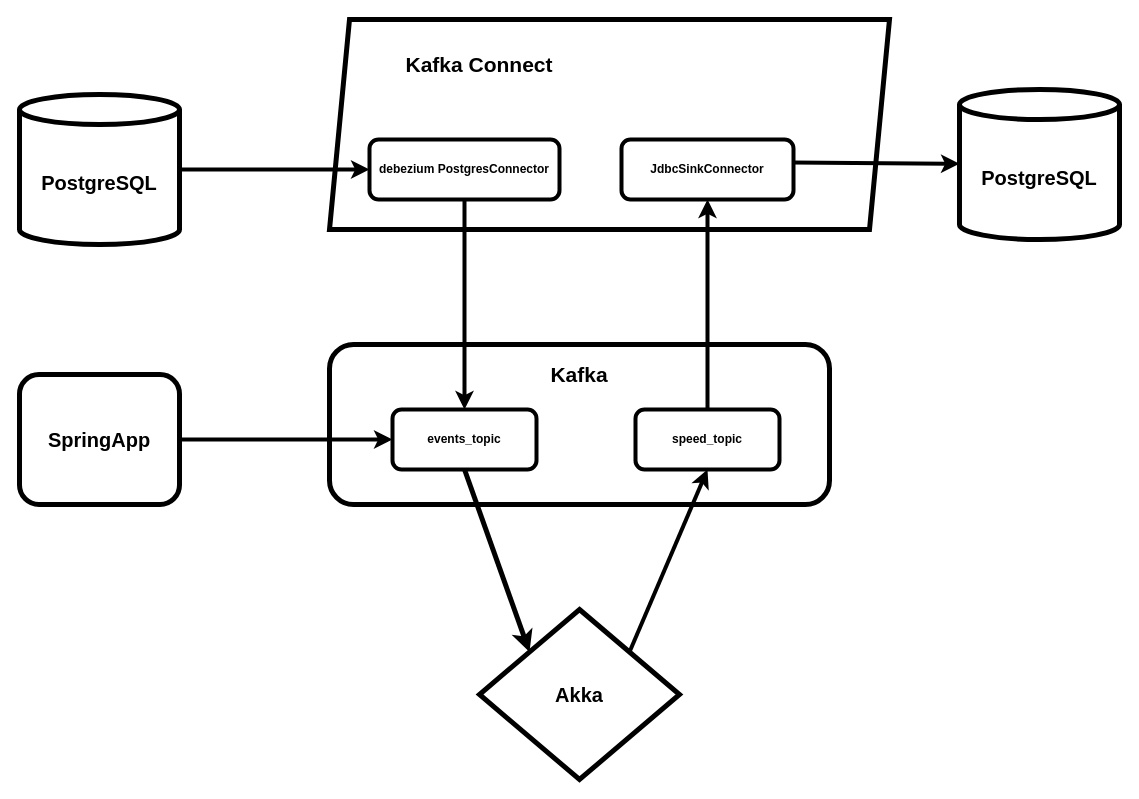
Above: diplom/Schema.drawio.xml in StasMerzlyakov/otus-kafka-hw (draw.io), before the change. Source tidied: cells renumbered, new cells numbered last; positions are measured from the earlier drawing's top-left corner, leaving out a move shared by most shapes. Both pictures are drawn from the tidied source at 100%, with x=0, y=0 at pixel (19, 19).
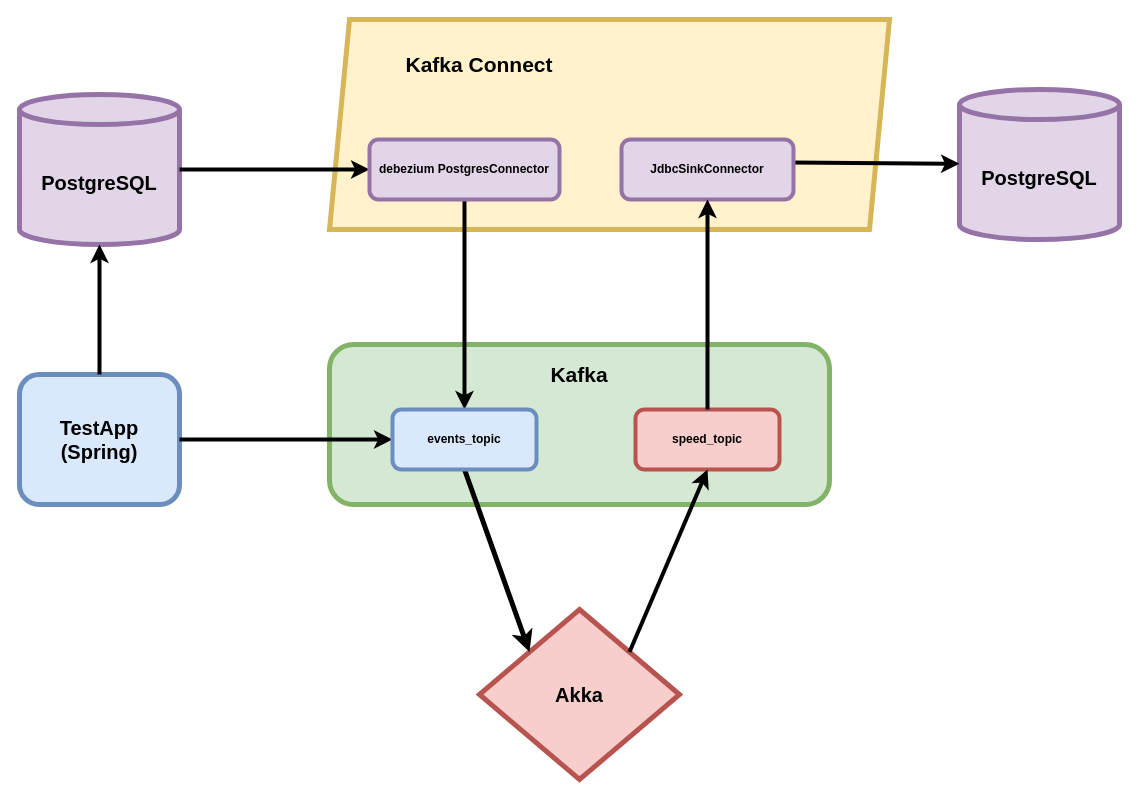
The same diagram, later.

The edit, as a diff of the source:
```diff
@@
-    <mxCell id="2" value="&lt;b&gt;&lt;font style=&quot;font-size: 20px;&quot;&gt;PostgreSQL&lt;/font&gt;&lt;/b&gt;" style="shape=cylinder3;whiteSpace=wrap;html=1;boundedLbl=1;backgroundOutline=1;size=15;strokeWidth=5;" parent="1" vertex="1">
+    <mxCell id="2" value="&lt;b&gt;&lt;font style=&quot;font-size: 20px;&quot;&gt;PostgreSQL&lt;/font&gt;&lt;/b&gt;" style="shape=cylinder3;whiteSpace=wrap;html=1;boundedLbl=1;backgroundOutline=1;size=15;strokeWidth=5;fillColor=#e1d5e7;strokeColor=#9673a6;" parent="1" vertex="1">
       <mxGeometry y="75" width="160" height="150" as="geometry" />
     </mxCell>
-    <mxCell id="3" style="shape=parallelogram;perimeter=parallelogramPerimeter;whiteSpace=wrap;html=1;fixedSize=1;strokeWidth=5;" parent="1" vertex="1">
+    <mxCell id="3" style="shape=parallelogram;perimeter=parallelogramPerimeter;whiteSpace=wrap;html=1;fixedSize=1;strokeWidth=5;fillColor=#fff2cc;strokeColor=#d6b656;" parent="1" vertex="1">
       <mxGeometry x="310" width="560" height="210" as="geometry" />
     </mxCell>
-    <mxCell id="4" style="rounded=1;whiteSpace=wrap;html=1;strokeWidth=5;" parent="1" vertex="1">
+    <mxCell id="4" style="rounded=1;whiteSpace=wrap;html=1;strokeWidth=5;fillColor=#d5e8d4;strokeColor=#82b366;" parent="1" vertex="1">
       <mxGeometry x="310" y="325" width="500" height="160" as="geometry" />
     </mxCell>
@@
-    <mxCell id="7" value="&lt;b&gt;&lt;font style=&quot;font-size: 20px;&quot;&gt;PostgreSQL&lt;/font&gt;&lt;/b&gt;" style="shape=cylinder3;whiteSpace=wrap;html=1;boundedLbl=1;backgroundOutline=1;size=15;strokeWidth=5;" parent="1" vertex="1">
+    <mxCell id="7" value="&lt;b&gt;&lt;font style=&quot;font-size: 20px;&quot;&gt;PostgreSQL&lt;/font&gt;&lt;/b&gt;" style="shape=cylinder3;whiteSpace=wrap;html=1;boundedLbl=1;backgroundOutline=1;size=15;strokeWidth=5;fillColor=#e1d5e7;strokeColor=#9673a6;" parent="1" vertex="1">
       <mxGeometry x="940" y="70" width="160" height="150" as="geometry" />
     </mxCell>
@@
-    <mxCell id="9" value="&lt;b&gt;SpringApp&lt;/b&gt;" style="rounded=1;whiteSpace=wrap;html=1;strokeWidth=5;fontSize=20;" parent="1" vertex="1">
+    <mxCell id="9" value="&lt;b&gt;TestApp&lt;br&gt;(&lt;/b&gt;&lt;b&gt;Spring)&lt;/b&gt;&lt;b&gt;&lt;br&gt;&lt;/b&gt;" style="rounded=1;whiteSpace=wrap;html=1;strokeWidth=5;fontSize=20;fillColor=#dae8fc;strokeColor=#6c8ebf;" parent="1" vertex="1">
       <mxGeometry y="355" width="160" height="130" as="geometry" />
     </mxCell>
@@
-    <mxCell id="11" value="&lt;b&gt;Akka&lt;/b&gt;" style="rhombus;whiteSpace=wrap;html=1;strokeWidth=5;fontSize=20;" parent="1" vertex="1">
+    <mxCell id="11" value="&lt;b&gt;Akka&lt;/b&gt;" style="rhombus;whiteSpace=wrap;html=1;strokeWidth=5;fontSize=20;fillColor=#f8cecc;strokeColor=#b85450;" parent="1" vertex="1">
       <mxGeometry x="460" y="590" width="200" height="170" as="geometry" />
     </mxCell>
@@
-    <mxCell id="13" value="&lt;b&gt;debezium PostgresConnector&lt;/b&gt;" style="rounded=1;whiteSpace=wrap;html=1;strokeWidth=4;" parent="1" vertex="1">
+    <mxCell id="13" value="&lt;b&gt;debezium PostgresConnector&lt;/b&gt;" style="rounded=1;whiteSpace=wrap;html=1;strokeWidth=4;fillColor=#e1d5e7;strokeColor=#9673a6;" parent="1" vertex="1">
       <mxGeometry x="350" y="120" width="190" height="60" as="geometry" />
     </mxCell>
-    <mxCell id="14" value="&lt;b&gt;JdbcSinkConnector&lt;/b&gt;" style="rounded=1;whiteSpace=wrap;html=1;strokeWidth=4;" parent="1" vertex="1">
+    <mxCell id="14" value="&lt;b&gt;JdbcSinkConnector&lt;/b&gt;" style="rounded=1;whiteSpace=wrap;html=1;strokeWidth=4;fillColor=#e1d5e7;strokeColor=#9673a6;" parent="1" vertex="1">
       <mxGeometry x="602" y="120" width="172" height="60" as="geometry" />
     </mxCell>
-    <mxCell id="15" value="&lt;b&gt;events_topic&lt;/b&gt;" style="rounded=1;whiteSpace=wrap;html=1;strokeWidth=4;" parent="1" vertex="1">
+    <mxCell id="15" value="&lt;b&gt;events_topic&lt;/b&gt;" style="rounded=1;whiteSpace=wrap;html=1;strokeWidth=4;fillColor=#dae8fc;strokeColor=#6c8ebf;" parent="1" vertex="1">
       <mxGeometry x="373" y="390" width="144" height="60" as="geometry" />
     </mxCell>
@@
-    <mxCell id="18" value="&lt;b&gt;speed_topic&lt;/b&gt;" style="rounded=1;whiteSpace=wrap;html=1;strokeWidth=4;" parent="1" vertex="1">
+    <mxCell id="18" value="&lt;b&gt;speed_topic&lt;/b&gt;" style="rounded=1;whiteSpace=wrap;html=1;strokeWidth=4;fillColor=#f8cecc;strokeColor=#b85450;" parent="1" vertex="1">
       <mxGeometry x="616" y="390" width="144" height="60" as="geometry" />
     </mxCell>
@@
+    <mxCell id="21" style="endArrow=classic;html=1;rounded=0;fontSize=20;strokeWidth=4;exitX=0.5;exitY=0;exitDx=0;exitDy=0;entryX=0.5;entryY=1;entryDx=0;entryDy=0;entryPerimeter=0;" parent="1" edge="1" source="9" target="2">
+      <mxGeometry relative="1" as="geometry" />
+    </mxCell>
```
